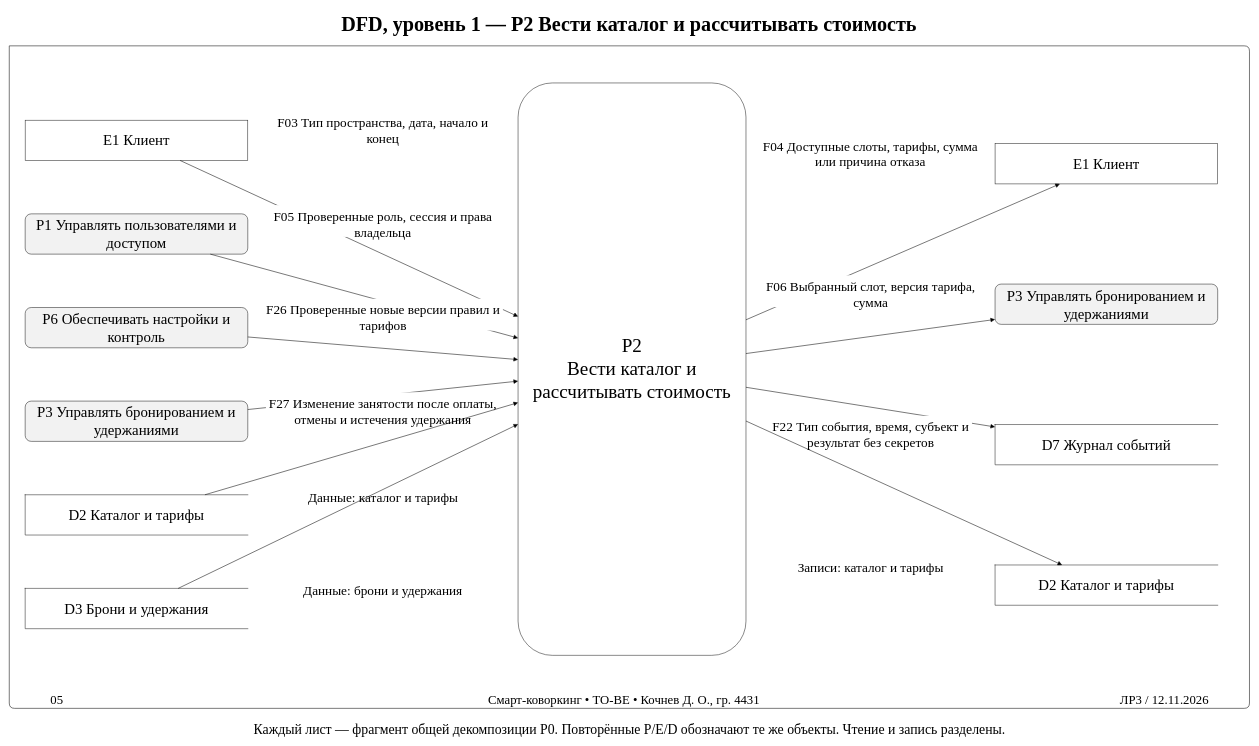
Earlier version of the draw.io diagram page "05_DFD_P2" (5 of 22) of reports/ЛР3_Смарт-коворкинг/исходники/ЛР3_Смарт-коворкинг.drawio (Weit145/OP-SUAI-4431). Source tidied: cells renumbered, new cells numbered last; positions are measured from the earlier drawing's top-left corner, leaving out a move shared by most shapes. Both pictures are drawn from the tidied source at 53%, with x=0, y=0 at pixel (9, 9).
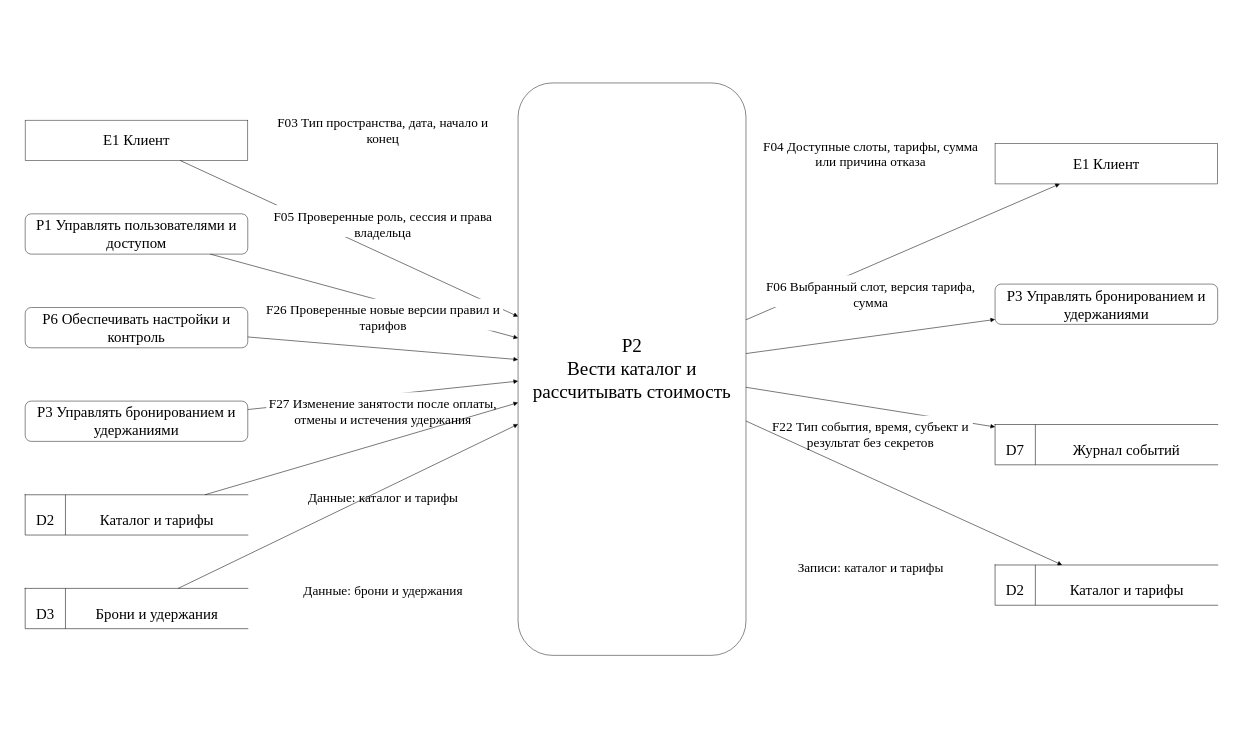
Above is the later version.

Diff of the diagram source:
```diff
@@
-    <mxCell id="2" value="DFD, уровень 1 — P2 Вести каталог и рассчитывать стоимость" style="text;html=0;whiteSpace=wrap;align=center;verticalAlign=top;fillColor=white;strokeColor=none;fontFamily=Times New Roman;fontSize=38;fontStyle=1;" parent="1" vertex="1">
-      <mxGeometry x="621.4" width="1097.2" height="43" as="geometry" />
-    </mxCell>
+    <mxCell id="8" value="P2&#10;Вести каталог и рассчитывать стоимость" style="rounded=1;whiteSpace=wrap;html=0;fontFamily=Times New Roman;fontSize=36;fillColor=white;strokeColor=#222222;" parent="1" vertex="1">
+      <mxGeometry x="960" y="139" width="430" height="1080" as="geometry" />
+    </mxCell>
+    <mxCell id="9" value="E1 Клиент" style="rounded=0;whiteSpace=wrap;html=0;fontFamily=Times New Roman;fontSize=28;fillColor=white;strokeColor=#222222;" parent="1" vertex="1">
+      <mxGeometry x="30" y="209.3" width="420" height="76" as="geometry" />
+    </mxCell>
+    <mxCell id="39" style="edgeStyle=none;html=1;fontFamily=Times New Roman;fontSize=26;endArrow=block;" parent="1" edge="1" source="9" target="8">
+      <mxGeometry relative="1" as="geometry" />
+    </mxCell>
-    <mxCell id="3" value="Каждый лист — фрагмент общей декомпозиции P0. Повторённые P/E/D обозначают те же объекты. Чтение и запись разделены." style="text;html=0;whiteSpace=wrap;align=center;verticalAlign=top;fillColor=white;strokeColor=none;fontFamily=Times New Roman;fontSize=26;fontStyle=0;" parent="1" vertex="1">
-      <mxGeometry x="454.7" y="1336" width="1430.5" height="31" as="geometry" />
+    <mxCell id="3" value="F03 Тип пространства, дата, начало и&#10;конец" style="text;html=0;whiteSpace=wrap;align=center;verticalAlign=top;fillColor=white;strokeColor=none;fontFamily=Times New Roman;fontSize=25;fontStyle=0;" parent="1" vertex="1">
+      <mxGeometry x="500" y="192.8" width="410" height="60" as="geometry" />
     </mxCell>
+    <mxCell id="12" value="P1 Управлять пользователями и доступом" style="rounded=1;whiteSpace=wrap;html=0;fontFamily=Times New Roman;fontSize=28;fillColor=white;strokeColor=#222222;" parent="1" vertex="1">
+      <mxGeometry x="30" y="386" width="420" height="76" as="geometry" />
+    </mxCell>
-    <mxCell id="4" style="edgeStyle=none;html=1;fontFamily=Times New Roman;fontSize=26;endArrow=none;" parent="1" edge="1">
-      <mxGeometry relative="1" as="geometry">
-        <mxPoint y="69" as="sourcePoint" />
-        <mxPoint y="69" as="targetPoint" />
-        <Array as="points">
-          <mxPoint x="2340" y="69" />
-          <mxPoint x="2340" y="1319" />
-          <mxPoint y="1319" />
-        </Array>
-      </mxGeometry>
+    <mxCell id="4" style="edgeStyle=none;html=1;fontFamily=Times New Roman;fontSize=26;endArrow=block;" parent="1" edge="1" source="12" target="8">
+      <mxGeometry relative="1" as="geometry" />
     </mxCell>
-    <mxCell id="5" value="05" style="text;html=0;whiteSpace=wrap;align=center;verticalAlign=top;fillColor=white;strokeColor=none;fontFamily=Times New Roman;fontSize=24;fontStyle=0;" parent="1" vertex="1">
-      <mxGeometry x="72" y="1282" width="36" height="29" as="geometry" />
+    <mxCell id="5" value="F05 Проверенные роль, сессия и права&#10;владельца" style="text;html=0;whiteSpace=wrap;align=center;verticalAlign=top;fillColor=white;strokeColor=none;fontFamily=Times New Roman;fontSize=25;fontStyle=0;" parent="1" vertex="1">
+      <mxGeometry x="493" y="369.5" width="424" height="60" as="geometry" />
     </mxCell>
-    <mxCell id="6" value="Смарт-коворкинг • TO-BE • Кочнев Д. О., гр. 4431" style="text;html=0;whiteSpace=wrap;align=center;verticalAlign=top;fillColor=white;strokeColor=none;fontFamily=Times New Roman;fontSize=24;fontStyle=0;" parent="1" vertex="1">
-      <mxGeometry x="897.8" y="1282" width="524.4" height="29" as="geometry" />
-    </mxCell>
+    <mxCell id="15" value="P6 Обеспечивать настройки и контроль" style="rounded=1;whiteSpace=wrap;html=0;fontFamily=Times New Roman;fontSize=28;fillColor=white;strokeColor=#222222;" parent="1" vertex="1">
+      <mxGeometry x="30" y="562.7" width="420" height="76" as="geometry" />
+    </mxCell>
+    <mxCell id="16" style="edgeStyle=none;html=1;fontFamily=Times New Roman;fontSize=26;endArrow=block;" parent="1" edge="1" source="15" target="8">
+      <mxGeometry relative="1" as="geometry" />
+    </mxCell>
-    <mxCell id="7" value="ЛР3 / 12.11.2026" style="text;html=0;whiteSpace=wrap;align=center;verticalAlign=top;fillColor=white;strokeColor=none;fontFamily=Times New Roman;fontSize=24;fontStyle=0;" parent="1" vertex="1">
-      <mxGeometry x="2090.3" y="1282" width="179.4" height="29" as="geometry" />
+    <mxCell id="7" value="F26 Проверенные новые версии правил и&#10;тарифов" style="text;html=0;whiteSpace=wrap;align=center;verticalAlign=top;fillColor=white;strokeColor=none;fontFamily=Times New Roman;fontSize=25;fontStyle=0;" parent="1" vertex="1">
+      <mxGeometry x="478.5" y="546.2" width="453" height="60" as="geometry" />
     </mxCell>
-    <mxCell id="8" value="P2&#10;Вести каталог и рассчитывать стоимость" style="rounded=1;whiteSpace=wrap;html=0;fontFamily=Times New Roman;fontSize=36;fillColor=white;strokeColor=#222222;" parent="1" vertex="1">
-      <mxGeometry x="960" y="139" width="430" height="1080" as="geometry" />
-    </mxCell>
-    <mxCell id="9" value="E1 Клиент" style="rounded=0;whiteSpace=wrap;html=0;fontFamily=Times New Roman;fontSize=28;fillColor=white;strokeColor=#222222;" parent="1" vertex="1">
-      <mxGeometry x="30" y="209.3" width="420" height="76" as="geometry" />
-    </mxCell>
+    <mxCell id="18" value="P3 Управлять бронированием и удержаниями" style="rounded=1;whiteSpace=wrap;html=0;fontFamily=Times New Roman;fontSize=28;fillColor=white;strokeColor=#222222;" parent="1" vertex="1">
+      <mxGeometry x="30" y="739.3" width="420" height="76" as="geometry" />
+    </mxCell>
-    <mxCell id="10" style="edgeStyle=none;html=1;fontFamily=Times New Roman;fontSize=26;endArrow=block;" parent="1" edge="1" source="9" target="8">
+    <mxCell id="10" style="edgeStyle=none;html=1;fontFamily=Times New Roman;fontSize=26;endArrow=block;" parent="1" edge="1" source="18" target="8">
       <mxGeometry relative="1" as="geometry" />
     </mxCell>
-    <mxCell id="11" value="F03 Тип пространства, дата, начало и&#10;конец" style="text;html=0;whiteSpace=wrap;align=center;verticalAlign=top;fillColor=white;strokeColor=none;fontFamily=Times New Roman;fontSize=25;fontStyle=0;" parent="1" vertex="1">
-      <mxGeometry x="499.9" y="192.8" width="410.1" height="60" as="geometry" />
+    <mxCell id="11" value="F27 Изменение занятости после оплаты,&#10;отмены и истечения удержания" style="text;html=0;whiteSpace=wrap;align=center;verticalAlign=top;fillColor=white;strokeColor=none;fontFamily=Times New Roman;fontSize=25;fontStyle=0;" parent="1" vertex="1">
+      <mxGeometry x="485" y="722.8" width="440" height="60" as="geometry" />
     </mxCell>
-    <mxCell id="12" value="P1 Управлять пользователями и доступом" style="rounded=1;whiteSpace=wrap;html=0;fontFamily=Times New Roman;fontSize=28;fillColor=#f2f2f2;strokeColor=#222222;" parent="1" vertex="1">
-      <mxGeometry x="30" y="386" width="420" height="76" as="geometry" />
-    </mxCell>
+    <mxCell id="21" style="shape=partialRectangle;top=1;bottom=1;left=1;right=0;whiteSpace=wrap;html=0;fillColor=white;strokeColor=black;" parent="1" vertex="1">
+      <mxGeometry x="30" y="916" width="420" height="76" as="geometry" />
+    </mxCell>
-    <mxCell id="13" style="edgeStyle=none;html=1;fontFamily=Times New Roman;fontSize=26;endArrow=block;" parent="1" edge="1" source="12" target="8">
-      <mxGeometry relative="1" as="geometry" />
+    <mxCell id="13" style="edgeStyle=none;html=1;fontFamily=Times New Roman;fontSize=26;endArrow=none;" parent="1" edge="1">
+      <mxGeometry relative="1" as="geometry">
+        <mxPoint x="106" y="916" as="sourcePoint" />
+        <mxPoint x="106" y="992" as="targetPoint" />
+      </mxGeometry>
     </mxCell>
-    <mxCell id="14" value="F05 Проверенные роль, сессия и права&#10;владельца" style="text;html=0;whiteSpace=wrap;align=center;verticalAlign=top;fillColor=white;strokeColor=none;fontFamily=Times New Roman;fontSize=25;fontStyle=0;" parent="1" vertex="1">
-      <mxGeometry x="493" y="369.5" width="424.1" height="60" as="geometry" />
+    <mxCell id="14" value="D2" style="text;html=0;whiteSpace=wrap;align=center;verticalAlign=top;fillColor=white;strokeColor=none;fontFamily=Times New Roman;fontSize=28;fontStyle=0;" parent="1" vertex="1">
+      <mxGeometry x="45" y="940" width="46" height="33" as="geometry" />
     </mxCell>
-    <mxCell id="15" value="P6 Обеспечивать настройки и контроль" style="rounded=1;whiteSpace=wrap;html=0;fontFamily=Times New Roman;fontSize=28;fillColor=#f2f2f2;strokeColor=#222222;" parent="1" vertex="1">
-      <mxGeometry x="30" y="562.7" width="420" height="76" as="geometry" />
-    </mxCell>
-    <mxCell id="16" style="edgeStyle=none;html=1;fontFamily=Times New Roman;fontSize=26;endArrow=block;" parent="1" edge="1" source="15" target="8">
-      <mxGeometry relative="1" as="geometry" />
-    </mxCell>
-    <mxCell id="17" value="F26 Проверенные новые версии правил и&#10;тарифов" style="text;html=0;whiteSpace=wrap;align=center;verticalAlign=top;fillColor=white;strokeColor=none;fontFamily=Times New Roman;fontSize=25;fontStyle=0;" parent="1" vertex="1">
-      <mxGeometry x="478.6" y="546.2" width="452.8" height="60" as="geometry" />
-    </mxCell>
-    <mxCell id="18" value="P3 Управлять бронированием и удержаниями" style="rounded=1;whiteSpace=wrap;html=0;fontFamily=Times New Roman;fontSize=28;fillColor=#f2f2f2;strokeColor=#222222;" parent="1" vertex="1">
-      <mxGeometry x="30" y="739.3" width="420" height="76" as="geometry" />
-    </mxCell>
-    <mxCell id="19" style="edgeStyle=none;html=1;fontFamily=Times New Roman;fontSize=26;endArrow=block;" parent="1" edge="1" source="18" target="8">
-      <mxGeometry relative="1" as="geometry" />
-    </mxCell>
-    <mxCell id="20" value="F27 Изменение занятости после оплаты,&#10;отмены и истечения удержания" style="text;html=0;whiteSpace=wrap;align=center;verticalAlign=top;fillColor=white;strokeColor=none;fontFamily=Times New Roman;fontSize=25;fontStyle=0;" parent="1" vertex="1">
-      <mxGeometry x="484.2" y="722.8" width="441.6" height="60" as="geometry" />
-    </mxCell>
-    <mxCell id="21" value="D2 Каталог и тарифы" style="shape=partialRectangle;top=1;bottom=1;left=1;right=0;whiteSpace=wrap;html=0;fontFamily=Times New Roman;fontSize=28;fillColor=white;strokeColor=#222222;" parent="1" vertex="1">
-      <mxGeometry x="30" y="916" width="420" height="76" as="geometry" />
-    </mxCell>
+    <mxCell id="40" value="Каталог и тарифы" style="text;html=0;whiteSpace=wrap;align=center;verticalAlign=top;fillColor=white;strokeColor=none;fontFamily=Times New Roman;fontSize=28;fontStyle=0;" parent="1" vertex="1">
+      <mxGeometry x="165.5" y="940" width="225" height="33" as="geometry" />
+    </mxCell>
@@
+    <mxCell id="41" value="Данные: каталог и тарифы" style="text;html=0;whiteSpace=wrap;align=center;verticalAlign=top;fillColor=white;strokeColor=none;fontFamily=Times New Roman;fontSize=25;fontStyle=0;" parent="1" vertex="1">
+      <mxGeometry x="558.5" y="899.5" width="293" height="30" as="geometry" />
+    </mxCell>
+    <mxCell id="24" style="shape=partialRectangle;top=1;bottom=1;left=1;right=0;whiteSpace=wrap;html=0;fillColor=white;strokeColor=black;" parent="1" vertex="1">
+      <mxGeometry x="30" y="1092.7" width="420" height="76" as="geometry" />
+    </mxCell>
+    <mxCell id="42" style="edgeStyle=none;html=1;fontFamily=Times New Roman;fontSize=26;endArrow=none;" parent="1" edge="1">
+      <mxGeometry relative="1" as="geometry">
+        <mxPoint x="106" y="1092.7" as="sourcePoint" />
+        <mxPoint x="106" y="1168.7" as="targetPoint" />
+      </mxGeometry>
+    </mxCell>
+    <mxCell id="43" value="D3" style="text;html=0;whiteSpace=wrap;align=center;verticalAlign=top;fillColor=white;strokeColor=none;fontFamily=Times New Roman;fontSize=28;fontStyle=0;" parent="1" vertex="1">
+      <mxGeometry x="45" y="1116.7" width="46" height="33" as="geometry" />
+    </mxCell>
-    <mxCell id="23" value="Данные: каталог и тарифы" style="text;html=0;whiteSpace=wrap;align=center;verticalAlign=top;fillColor=white;strokeColor=none;fontFamily=Times New Roman;fontSize=25;fontStyle=0;" parent="1" vertex="1">
-      <mxGeometry x="557.5" y="899.5" width="295" height="30" as="geometry" />
+    <mxCell id="23" value="Брони и удержания" style="text;html=0;whiteSpace=wrap;align=center;verticalAlign=top;fillColor=white;strokeColor=none;fontFamily=Times New Roman;fontSize=28;fontStyle=0;" parent="1" vertex="1">
+      <mxGeometry x="156.5" y="1116.7" width="243" height="33" as="geometry" />
     </mxCell>
-    <mxCell id="24" value="D3 Брони и удержания" style="shape=partialRectangle;top=1;bottom=1;left=1;right=0;whiteSpace=wrap;html=0;fontFamily=Times New Roman;fontSize=28;fillColor=white;strokeColor=#222222;" parent="1" vertex="1">
-      <mxGeometry x="30" y="1092.7" width="420" height="76" as="geometry" />
-    </mxCell>
@@
     <mxCell id="26" value="Данные: брони и удержания" style="text;html=0;whiteSpace=wrap;align=center;verticalAlign=top;fillColor=white;strokeColor=none;fontFamily=Times New Roman;fontSize=25;fontStyle=0;" parent="1" vertex="1">
-      <mxGeometry x="548.9" y="1076.2" width="312.2" height="30" as="geometry" />
+      <mxGeometry x="548.5" y="1076.2" width="313" height="30" as="geometry" />
     </mxCell>
@@
     <mxCell id="29" value="F04 Доступные слоты, тарифы, сумма&#10;или причина отказа" style="text;html=0;whiteSpace=wrap;align=center;verticalAlign=top;fillColor=white;strokeColor=none;fontFamily=Times New Roman;fontSize=25;fontStyle=0;" parent="1" vertex="1">
-      <mxGeometry x="1416.2" y="237" width="417.6" height="60" as="geometry" />
+      <mxGeometry x="1415.5" y="237" width="419" height="60" as="geometry" />
     </mxCell>
-    <mxCell id="30" value="P3 Управлять бронированием и удержаниями" style="rounded=1;whiteSpace=wrap;html=0;fontFamily=Times New Roman;fontSize=28;fillColor=#f2f2f2;strokeColor=#222222;" parent="1" vertex="1">
+    <mxCell id="30" value="P3 Управлять бронированием и удержаниями" style="rounded=1;whiteSpace=wrap;html=0;fontFamily=Times New Roman;fontSize=28;fillColor=white;strokeColor=#222222;" parent="1" vertex="1">
       <mxGeometry x="1860" y="518.5" width="420" height="76" as="geometry" />
     </mxCell>
@@
     <mxCell id="32" value="F06 Выбранный слот, версия тарифа,&#10;сумма" style="text;html=0;whiteSpace=wrap;align=center;verticalAlign=top;fillColor=white;strokeColor=none;fontFamily=Times New Roman;fontSize=25;fontStyle=0;" parent="1" vertex="1">
-      <mxGeometry x="1421.7" y="502" width="406.6" height="60" as="geometry" />
+      <mxGeometry x="1420.5" y="502" width="409" height="60" as="geometry" />
     </mxCell>
-    <mxCell id="33" value="D7 Журнал событий" style="shape=partialRectangle;top=1;bottom=1;left=1;right=0;whiteSpace=wrap;html=0;fontFamily=Times New Roman;fontSize=28;fillColor=white;strokeColor=#222222;" parent="1" vertex="1">
+    <mxCell id="33" style="shape=partialRectangle;top=1;bottom=1;left=1;right=0;whiteSpace=wrap;html=0;fillColor=white;strokeColor=black;" parent="1" vertex="1">
       <mxGeometry x="1860" y="783.5" width="420" height="76" as="geometry" />
     </mxCell>
-    <mxCell id="34" style="edgeStyle=none;html=1;fontFamily=Times New Roman;fontSize=26;endArrow=block;" parent="1" edge="1" source="8" target="33">
-      <mxGeometry relative="1" as="geometry" />
+    <mxCell id="34" style="edgeStyle=none;html=1;fontFamily=Times New Roman;fontSize=26;endArrow=none;" parent="1" edge="1">
+      <mxGeometry relative="1" as="geometry">
+        <mxPoint x="1936" y="783.5" as="sourcePoint" />
+        <mxPoint x="1936" y="859.5" as="targetPoint" />
+      </mxGeometry>
     </mxCell>
-    <mxCell id="35" value="F22 Тип события, время, субъект и&#10;результат без секретов" style="text;html=0;whiteSpace=wrap;align=center;verticalAlign=top;fillColor=white;strokeColor=none;fontFamily=Times New Roman;fontSize=25;fontStyle=0;" parent="1" vertex="1">
-      <mxGeometry x="1433.6" y="767" width="382.8" height="60" as="geometry" />
+    <mxCell id="35" value="D7" style="text;html=0;whiteSpace=wrap;align=center;verticalAlign=top;fillColor=white;strokeColor=none;fontFamily=Times New Roman;fontSize=28;fontStyle=0;" parent="1" vertex="1">
+      <mxGeometry x="1875" y="807.5" width="46" height="33" as="geometry" />
     </mxCell>
+    <mxCell id="44" value="Журнал событий" style="text;html=0;whiteSpace=wrap;align=center;verticalAlign=top;fillColor=white;strokeColor=none;fontFamily=Times New Roman;fontSize=28;fontStyle=0;" parent="1" vertex="1">
+      <mxGeometry x="2001" y="807.5" width="214" height="33" as="geometry" />
+    </mxCell>
+    <mxCell id="45" style="edgeStyle=none;html=1;fontFamily=Times New Roman;fontSize=26;endArrow=block;" parent="1" edge="1" source="8" target="33">
+      <mxGeometry relative="1" as="geometry" />
+    </mxCell>
+    <mxCell id="46" value="F22 Тип события, время, субъект и&#10;результат без секретов" style="text;html=0;whiteSpace=wrap;align=center;verticalAlign=top;fillColor=white;strokeColor=none;fontFamily=Times New Roman;fontSize=25;fontStyle=0;" parent="1" vertex="1">
+      <mxGeometry x="1432" y="767" width="386" height="60" as="geometry" />
+    </mxCell>
-    <mxCell id="36" value="D2 Каталог и тарифы" style="shape=partialRectangle;top=1;bottom=1;left=1;right=0;whiteSpace=wrap;html=0;fontFamily=Times New Roman;fontSize=28;fillColor=white;strokeColor=#222222;" parent="1" vertex="1">
+    <mxCell id="36" style="shape=partialRectangle;top=1;bottom=1;left=1;right=0;whiteSpace=wrap;html=0;fillColor=white;strokeColor=black;" parent="1" vertex="1">
       <mxGeometry x="1860" y="1048.5" width="420" height="76" as="geometry" />
     </mxCell>
+    <mxCell id="47" style="edgeStyle=none;html=1;fontFamily=Times New Roman;fontSize=26;endArrow=none;" parent="1" edge="1">
+      <mxGeometry relative="1" as="geometry">
+        <mxPoint x="1936" y="1048.5" as="sourcePoint" />
+        <mxPoint x="1936" y="1124.5" as="targetPoint" />
+      </mxGeometry>
+    </mxCell>
+    <mxCell id="48" value="D2" style="text;html=0;whiteSpace=wrap;align=center;verticalAlign=top;fillColor=white;strokeColor=none;fontFamily=Times New Roman;fontSize=28;fontStyle=0;" parent="1" vertex="1">
+      <mxGeometry x="1875" y="1072.5" width="46" height="33" as="geometry" />
+    </mxCell>
+    <mxCell id="49" value="Каталог и тарифы" style="text;html=0;whiteSpace=wrap;align=center;verticalAlign=top;fillColor=white;strokeColor=none;fontFamily=Times New Roman;fontSize=28;fontStyle=0;" parent="1" vertex="1">
+      <mxGeometry x="1995.5" y="1072.5" width="225" height="33" as="geometry" />
+    </mxCell>
@@
     <mxCell id="38" value="Записи: каталог и тарифы" style="text;html=0;whiteSpace=wrap;align=center;verticalAlign=top;fillColor=white;strokeColor=none;fontFamily=Times New Roman;fontSize=25;fontStyle=0;" parent="1" vertex="1">
-      <mxGeometry x="1481.6" y="1032" width="286.8" height="30" as="geometry" />
+      <mxGeometry x="1482.5" y="1032" width="285" height="30" as="geometry" />
     </mxCell>
```
